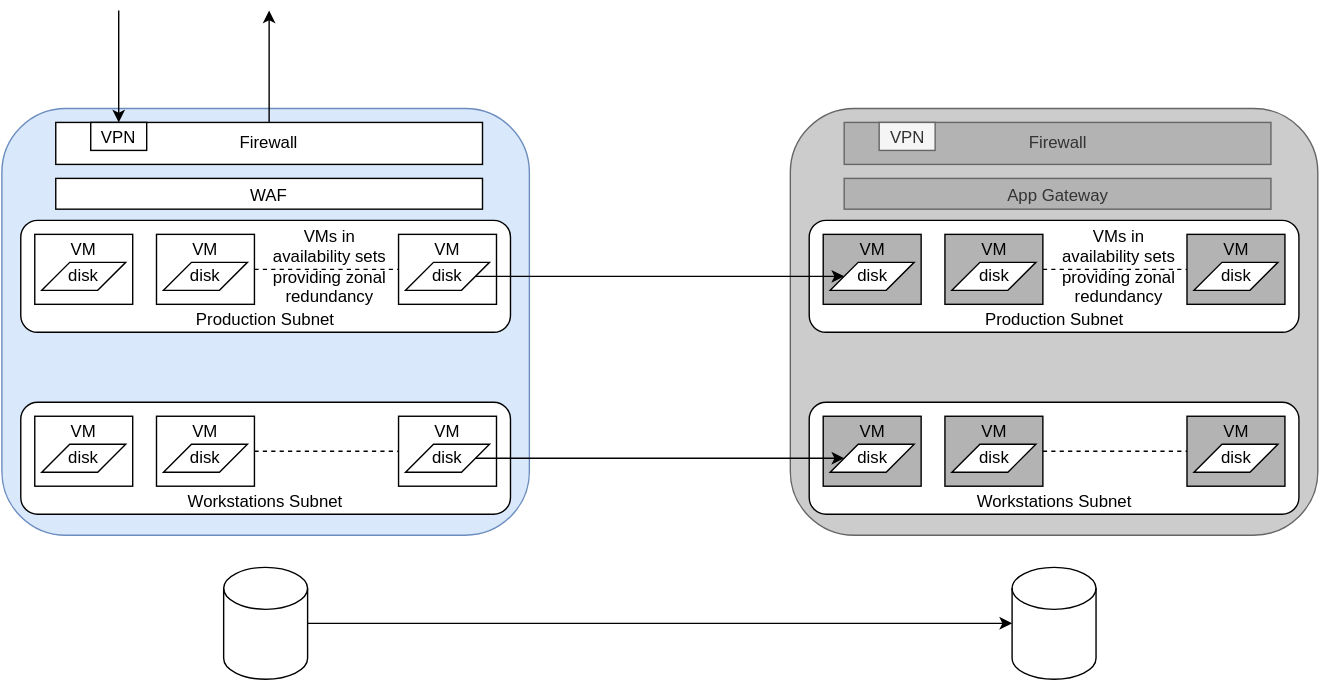
The draw.io diagram dr/currentstate.svg in vjavle/invoicecloud, before a commit. Source tidied: cells renumbered, new cells last; positions are measured from the earlier drawing's top-left corner, leaving out a move shared by most shapes.
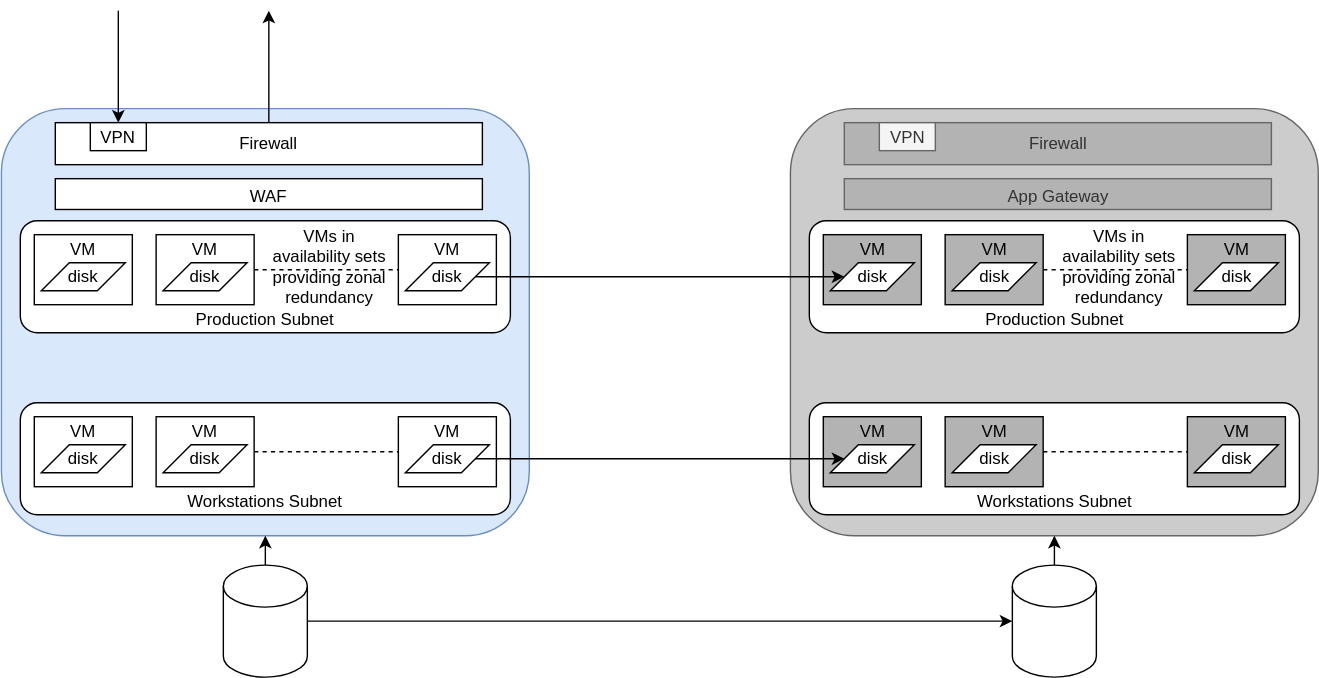
The same file after the commit.

Diff of the diagram source:
```diff
@@ -86,8 +86,11 @@
     <mxCell id="29" style="edgeStyle=orthogonalEdgeStyle;rounded=0;jettySize=auto;html=1;endArrow=none;endFill=0;dashed=1;" parent="18" edge="1" source="24" target="27">
       <mxGeometry x="140" y="320" as="geometry" />
     </mxCell>
+    <mxCell id="61" style="edgeStyle=orthogonalEdgeStyle;rounded=0;jettySize=auto;html=1;entryX=0.5;entryY=1;entryDx=0;entryDy=0;" parent="1" edge="1" source="30" target="3">
+      <mxGeometry relative="1" as="geometry" />
+    </mxCell>
     <mxCell id="30" style="shape=cylinder3;whiteSpace=wrap;html=1;boundedLbl=1;backgroundOutline=1;size=15;verticalAlign=bottom;" parent="1" vertex="1">
-      <mxGeometry x="159" y="398" width="60" height="80" as="geometry" />
+      <mxGeometry x="159" y="396" width="60" height="80" as="geometry" />
     </mxCell>
     <mxCell id="31" value="VPN" style="rounded=0;whiteSpace=wrap;html=1;verticalAlign=bottom;" parent="1" vertex="1">
       <mxGeometry x="64" y="80" width="40" height="20" as="geometry" />
@@ -101,8 +104,11 @@
     <mxCell id="34" value="Firewall" style="rounded=0;whiteSpace=wrap;html=1;verticalAlign=middle;align=center;fillColor=#B3B3B3;fontColor=#333333;strokeColor=#666666;" parent="1" vertex="1">
       <mxGeometry x="602.5" y="80" width="305" height="30" as="geometry" />
     </mxCell>
+    <mxCell id="62" style="edgeStyle=orthogonalEdgeStyle;rounded=0;jettySize=auto;html=1;" parent="1" edge="1" source="35" target="33">
+      <mxGeometry relative="1" as="geometry" />
+    </mxCell>
     <mxCell id="35" style="shape=cylinder3;whiteSpace=wrap;html=1;boundedLbl=1;backgroundOutline=1;size=15;verticalAlign=bottom;" parent="1" vertex="1">
-      <mxGeometry x="722.5" y="398" width="60" height="80" as="geometry" />
+      <mxGeometry x="722.5" y="396" width="60" height="80" as="geometry" />
     </mxCell>
     <mxCell id="36" value="VPN" style="rounded=0;whiteSpace=wrap;html=1;verticalAlign=bottom;fillColor=#f5f5f5;fontColor=#333333;strokeColor=#666666;" parent="1" vertex="1">
       <mxGeometry x="627.5" y="80" width="40" height="20" as="geometry" />
```
